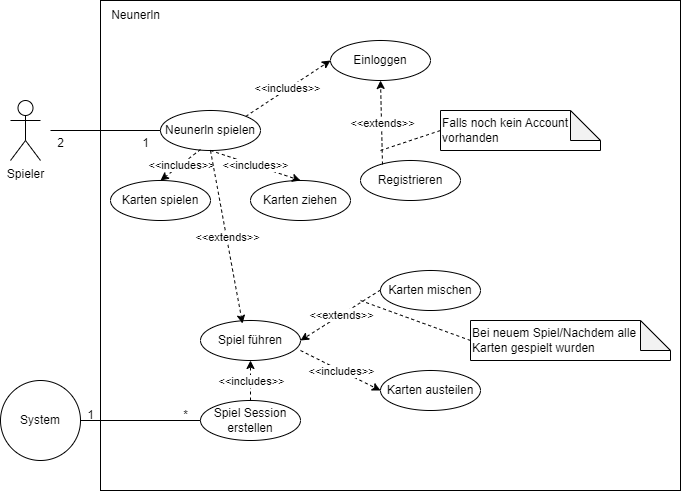
jakobuseiges/Neunerln keeps this draw.io diagram as Anwendungsfalldiagramm.png. Above is the earlier version. Source tidied: cells renumbered, new cells last; positions are measured from the earlier drawing's top-left corner, leaving out a move shared by most shapes.
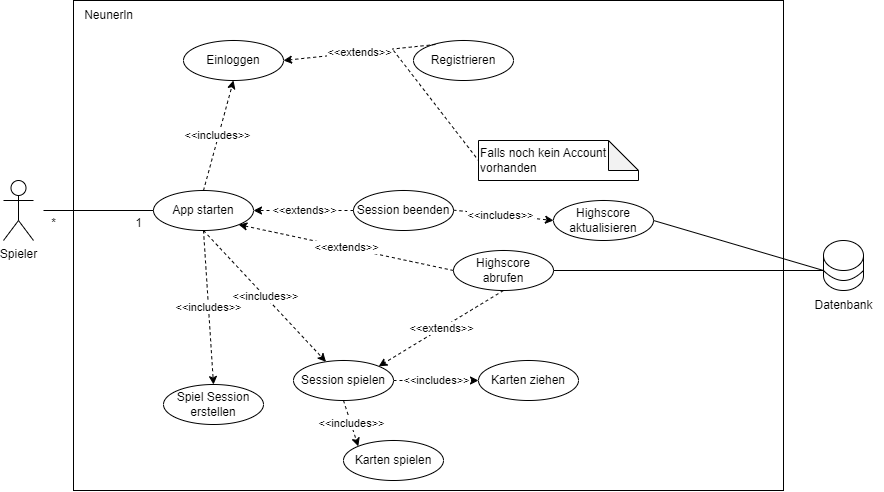
After the change.

Diff of the diagram source:
```diff
@@ -3,16 +3,16 @@
     <mxCell id="0" />
     <mxCell id="1" parent="0" />
     <mxCell id="2" style="rounded=0;whiteSpace=wrap;html=1;" parent="1" vertex="1">
-      <mxGeometry x="100" width="580" height="490" as="geometry" />
+      <mxGeometry x="80" y="-80" width="710" height="490" as="geometry" />
     </mxCell>
     <mxCell id="3" value="Spieler" style="shape=umlActor;verticalLabelPosition=bottom;verticalAlign=top;html=1;" parent="1" vertex="1">
       <mxGeometry x="10" y="100" width="30" height="60" as="geometry" />
     </mxCell>
-    <mxCell id="4" value="Neunerln spielen" style="ellipse;whiteSpace=wrap;html=1;align=center;" parent="1" vertex="1">
+    <mxCell id="4" value="App starten" style="ellipse;whiteSpace=wrap;html=1;align=center;" parent="1" vertex="1">
       <mxGeometry x="160" y="110" width="100" height="40" as="geometry" />
     </mxCell>
     <mxCell id="5" value="Einloggen" style="ellipse;whiteSpace=wrap;html=1;align=center;" parent="1" vertex="1">
-      <mxGeometry x="330" y="40" width="100" height="40" as="geometry" />
+      <mxGeometry x="190" y="-40" width="100" height="40" as="geometry" />
     </mxCell>
     <mxCell id="6" style="endArrow=none;html=1;rounded=0;entryX=0;entryY=0.5;entryDx=0;entryDy=0;" parent="1" edge="1" target="4">
       <mxGeometry relative="1" as="geometry">
@@ -20,24 +20,20 @@
       </mxGeometry>
     </mxCell>
     <mxCell id="7" value="Registrieren         " style="ellipse;whiteSpace=wrap;html=1;align=center;" parent="1" vertex="1">
-      <mxGeometry x="360" y="160" width="100" height="40" as="geometry" />
+      <mxGeometry x="420" y="-40" width="100" height="40" as="geometry" />
     </mxCell>
     <mxCell id="8" value="&lt;font style=&quot;font-size: 12px;&quot;&gt;Falls noch kein Account vorhanden&lt;/font&gt;" style="shape=note;whiteSpace=wrap;html=1;backgroundOutline=1;darkOpacity=0.05;align=left;" parent="1" vertex="1">
-      <mxGeometry x="440" y="110" width="160" height="40" as="geometry" />
+      <mxGeometry x="485" y="60" width="160" height="40" as="geometry" />
     </mxCell>
-    <mxCell id="9" style="endArrow=none;dashed=1;html=1;rounded=0;" parent="1" edge="1">
+    <mxCell id="9" style="endArrow=none;dashed=1;html=1;rounded=0;entryX=0;entryY=0.5;entryDx=0;entryDy=0;entryPerimeter=0;" parent="1" edge="1" target="8">
       <mxGeometry relative="1" as="geometry">
-        <mxPoint x="380" y="150" as="sourcePoint" />
-        <mxPoint x="440" y="130" as="targetPoint" />
+        <mxPoint x="400" y="-30" as="sourcePoint" />
       </mxGeometry>
     </mxCell>
-    <mxCell id="10" value="Karten mischen" style="ellipse;whiteSpace=wrap;html=1;align=center;" parent="1" vertex="1">
-      <mxGeometry x="380" y="270" width="100" height="40" as="geometry" />
-    </mxCell>
     <mxCell id="11" value="Neunerln" style="text;html=1;align=center;verticalAlign=middle;strokeColor=none;fillColor=none;" parent="1" vertex="1">
-      <mxGeometry x="100" width="70" height="30" as="geometry" />
+      <mxGeometry x="80" y="-80" width="70" height="30" as="geometry" />
     </mxCell>
-    <mxCell id="12" style="endArrow=classic;html=1;rounded=0;entryX=0;entryY=0.5;entryDx=0;entryDy=0;dashed=1;exitX=1;exitY=0;exitDx=0;exitDy=0;" parent="1" edge="1" source="4" target="5">
+    <mxCell id="12" style="endArrow=classic;html=1;rounded=0;entryX=0.5;entryY=1;entryDx=0;entryDy=0;dashed=1;exitX=0.5;exitY=0;exitDx=0;exitDy=0;" parent="1" edge="1" source="4" target="5">
       <mxGeometry relative="1" as="geometry" />
     </mxCell>
     <mxCell id="13" value="&amp;lt;&amp;lt;includes&amp;gt;&amp;gt;" style="edgeLabel;html=1;align=center;verticalAlign=middle;" parent="12" vertex="1">
@@ -45,102 +41,115 @@
         <mxPoint x="-1" as="offset" />
       </mxGeometry>
     </mxCell>
-    <mxCell id="14" style="endArrow=classic;html=1;rounded=0;entryX=0.5;entryY=1;entryDx=0;entryDy=0;exitX=0.22;exitY=0.1;exitDx=0;exitDy=0;exitPerimeter=0;dashed=1;" parent="1" edge="1" source="7" target="5">
+    <mxCell id="14" style="endArrow=classic;html=1;rounded=0;entryX=1;entryY=0.5;entryDx=0;entryDy=0;exitX=0.22;exitY=0.1;exitDx=0;exitDy=0;exitPerimeter=0;dashed=1;" parent="1" edge="1" source="7" target="5">
       <mxGeometry relative="1" as="geometry" />
     </mxCell>
     <mxCell id="15" value="&amp;lt;&amp;lt;extends&amp;gt;&amp;gt;" style="edgeLabel;html=1;align=center;verticalAlign=middle;" parent="14" vertex="1">
       <mxGeometry relative="1" as="geometry" />
     </mxCell>
-    <mxCell id="16" value="Karten spielen" style="ellipse;whiteSpace=wrap;html=1;align=center;" parent="1" vertex="1">
-      <mxGeometry x="110" y="180" width="100" height="40" as="geometry" />
-    </mxCell>
     <mxCell id="17" value="Karten ziehen" style="ellipse;whiteSpace=wrap;html=1;align=center;" parent="1" vertex="1">
-      <mxGeometry x="250" y="180" width="100" height="40" as="geometry" />
+      <mxGeometry x="485" y="280" width="100" height="40" as="geometry" />
     </mxCell>
-    <mxCell id="18" style="endArrow=classic;html=1;rounded=0;entryX=0.5;entryY=0;entryDx=0;entryDy=0;dashed=1;" parent="1" edge="1" target="16">
-      <mxGeometry relative="1" as="geometry">
-        <mxPoint x="200" y="149" as="sourcePoint" />
-      </mxGeometry>
-    </mxCell>
-    <mxCell id="19" value="&amp;lt;&amp;lt;includes&amp;gt;&amp;gt;" style="edgeLabel;html=1;align=center;verticalAlign=middle;" parent="18" vertex="1">
-      <mxGeometry relative="1" as="geometry" />
-    </mxCell>
-    <mxCell id="20" style="endArrow=classic;html=1;rounded=0;entryX=0.5;entryY=0;entryDx=0;entryDy=0;dashed=1;" parent="1" edge="1" target="17">
-      <mxGeometry relative="1" as="geometry">
-        <mxPoint x="210" y="150" as="sourcePoint" />
-      </mxGeometry>
+    <mxCell id="20" style="endArrow=classic;html=1;rounded=0;dashed=1;exitX=1;exitY=0.5;exitDx=0;exitDy=0;entryX=0;entryY=0.5;entryDx=0;entryDy=0;" parent="1" edge="1" source="41" target="17">
+      <mxGeometry relative="1" as="geometry" />
     </mxCell>
     <mxCell id="21" value="&amp;lt;&amp;lt;includes&amp;gt;&amp;gt;" style="edgeLabel;html=1;align=center;verticalAlign=middle;" parent="20" vertex="1">
       <mxGeometry relative="1" as="geometry" />
     </mxCell>
-    <mxCell id="22" value="System" style="ellipse;whiteSpace=wrap;html=1;" parent="1" vertex="1">
-      <mxGeometry y="380" width="80" height="80" as="geometry" />
-    </mxCell>
-    <mxCell id="23" style="endArrow=none;html=1;rounded=0;entryX=0;entryY=0.5;entryDx=0;entryDy=0;" parent="1" edge="1">
-      <mxGeometry relative="1" as="geometry">
-        <mxPoint x="80" y="420" as="sourcePoint" />
-        <mxPoint x="210" y="420" as="targetPoint" />
-      </mxGeometry>
-    </mxCell>
-    <mxCell id="24" value="Karten austeilen" style="ellipse;whiteSpace=wrap;html=1;align=center;" parent="1" vertex="1">
-      <mxGeometry x="380" y="370" width="100" height="40" as="geometry" />
-    </mxCell>
-    <mxCell id="25" value="2" style="text;html=1;align=center;verticalAlign=middle;strokeColor=none;fillColor=none;" parent="1" vertex="1">
+    <mxCell id="25" value="*" style="text;html=1;align=center;verticalAlign=middle;strokeColor=none;fillColor=none;" parent="1" vertex="1">
       <mxGeometry x="45" y="128" width="30" height="30" as="geometry" />
     </mxCell>
     <mxCell id="26" value="1" style="text;html=1;align=center;verticalAlign=middle;strokeColor=none;fillColor=none;" parent="1" vertex="1">
       <mxGeometry x="130" y="128" width="30" height="30" as="geometry" />
     </mxCell>
-    <mxCell id="27" value="1" style="text;html=1;align=center;verticalAlign=middle;strokeColor=none;fillColor=none;" parent="1" vertex="1">
-      <mxGeometry x="75" y="400" width="30" height="30" as="geometry" />
-    </mxCell>
-    <mxCell id="28" value="*" style="text;html=1;align=center;verticalAlign=middle;strokeColor=none;fillColor=none;" parent="1" vertex="1">
-      <mxGeometry x="170" y="400" width="30" height="30" as="geometry" />
-    </mxCell>
-    <mxCell id="29" value="Spiel führen" style="ellipse;whiteSpace=wrap;html=1;align=center;" parent="1" vertex="1">
-      <mxGeometry x="200" y="320" width="100" height="40" as="geometry" />
-    </mxCell>
     <mxCell id="30" value="Spiel Session erstellen" style="ellipse;whiteSpace=wrap;html=1;align=center;" parent="1" vertex="1">
-      <mxGeometry x="200" y="400" width="100" height="40" as="geometry" />
+      <mxGeometry x="170" y="304" width="100" height="40" as="geometry" />
     </mxCell>
-    <mxCell id="31" style="endArrow=classic;html=1;rounded=0;exitX=0.5;exitY=0;exitDx=0;exitDy=0;entryX=0.5;entryY=1;entryDx=0;entryDy=0;dashed=1;" parent="1" edge="1" source="30" target="29">
-      <mxGeometry relative="1" as="geometry" />
-    </mxCell>
-    <mxCell id="32" value="&amp;lt;&amp;lt;includes&amp;gt;&amp;gt;" style="edgeLabel;html=1;align=center;verticalAlign=middle;" parent="31" vertex="1">
-      <mxGeometry relative="1" as="geometry" />
-    </mxCell>
-    <mxCell id="33" style="endArrow=classic;html=1;rounded=0;entryX=0;entryY=0.5;entryDx=0;entryDy=0;dashed=1;" parent="1" edge="1" target="24">
-      <mxGeometry relative="1" as="geometry">
-        <mxPoint x="300" y="350" as="sourcePoint" />
-      </mxGeometry>
-    </mxCell>
-    <mxCell id="34" value="&amp;lt;&amp;lt;includes&amp;gt;&amp;gt;" style="edgeLabel;html=1;align=center;verticalAlign=middle;" parent="33" vertex="1">
-      <mxGeometry relative="1" as="geometry" />
-    </mxCell>
-    <mxCell id="35" style="endArrow=classic;html=1;rounded=0;entryX=1;entryY=0.5;entryDx=0;entryDy=0;dashed=1;" parent="1" edge="1" target="29">
-      <mxGeometry relative="1" as="geometry">
-        <mxPoint x="380" y="289.5" as="sourcePoint" />
-      </mxGeometry>
-    </mxCell>
-    <mxCell id="36" value="&amp;lt;&amp;lt;extends&amp;gt;&amp;gt;" style="edgeLabel;html=1;align=center;verticalAlign=middle;" parent="35" vertex="1">
-      <mxGeometry relative="1" as="geometry" />
-    </mxCell>
-    <mxCell id="37" value="Bei neuem Spiel/Nachdem alle Karten gespielt wurden" style="shape=note;whiteSpace=wrap;html=1;backgroundOutline=1;darkOpacity=0.05;align=left;" parent="1" vertex="1">
-      <mxGeometry x="470" y="320" width="200" height="40" as="geometry" />
-    </mxCell>
-    <mxCell id="38" style="endArrow=none;dashed=1;html=1;rounded=0;" parent="1" edge="1">
-      <mxGeometry relative="1" as="geometry">
-        <mxPoint x="470" y="340" as="sourcePoint" />
-        <mxPoint x="360" y="300" as="targetPoint" />
-      </mxGeometry>
-    </mxCell>
-    <mxCell id="39" style="endArrow=classic;html=1;rounded=0;entryX=0.42;entryY=0.075;entryDx=0;entryDy=0;entryPerimeter=0;dashed=1;" parent="1" edge="1" target="29">
+    <mxCell id="39" style="endArrow=classic;html=1;rounded=0;entryX=0.5;entryY=0;entryDx=0;entryDy=0;dashed=1;" parent="1" edge="1" target="30">
       <mxGeometry relative="1" as="geometry">
         <mxPoint x="210" y="150" as="sourcePoint" />
       </mxGeometry>
     </mxCell>
-    <mxCell id="40" value="&amp;lt;&amp;lt;extends&amp;gt;&amp;gt;" style="edgeLabel;html=1;align=center;verticalAlign=middle;" parent="39" vertex="1">
+    <mxCell id="40" value="&amp;lt;&amp;lt;includes&amp;gt;&amp;gt;" style="edgeLabel;html=1;align=center;verticalAlign=middle;" parent="39" vertex="1">
       <mxGeometry relative="1" as="geometry" />
     </mxCell>
+    <mxCell id="41" value="Session spielen" style="ellipse;whiteSpace=wrap;html=1;align=center;" parent="1" vertex="1">
+      <mxGeometry x="300" y="280" width="100" height="40" as="geometry" />
+    </mxCell>
+    <mxCell id="42" style="endArrow=classic;html=1;rounded=0;dashed=1;exitX=0.5;exitY=1;exitDx=0;exitDy=0;" parent="1" edge="1" source="4" target="41">
+      <mxGeometry relative="1" as="geometry" />
+    </mxCell>
+    <mxCell id="43" value="&amp;lt;&amp;lt;includes&amp;gt;&amp;gt;" style="edgeLabel;html=1;align=center;verticalAlign=middle;" parent="42" vertex="1">
+      <mxGeometry relative="1" as="geometry" />
+    </mxCell>
+    <mxCell id="16" value="Karten spielen" style="ellipse;whiteSpace=wrap;html=1;align=center;" parent="1" vertex="1">
+      <mxGeometry x="350" y="360" width="100" height="40" as="geometry" />
+    </mxCell>
+    <mxCell id="44" style="endArrow=classic;html=1;rounded=0;entryX=0;entryY=0;entryDx=0;entryDy=0;dashed=1;exitX=0.5;exitY=1;exitDx=0;exitDy=0;" parent="1" edge="1" source="41" target="16">
+      <mxGeometry relative="1" as="geometry" />
+    </mxCell>
+    <mxCell id="45" value="&amp;lt;&amp;lt;includes&amp;gt;&amp;gt;" style="edgeLabel;html=1;align=center;verticalAlign=middle;" parent="44" vertex="1">
+      <mxGeometry relative="1" as="geometry" />
+    </mxCell>
+    <mxCell id="46" value="Highscore abrufen" style="ellipse;whiteSpace=wrap;html=1;align=center;" parent="1" vertex="1">
+      <mxGeometry x="460" y="170" width="100" height="40" as="geometry" />
+    </mxCell>
+    <mxCell id="47" style="endArrow=classic;html=1;rounded=0;dashed=1;exitX=0;exitY=0.5;exitDx=0;exitDy=0;entryX=1;entryY=1;entryDx=0;entryDy=0;" parent="1" edge="1" source="46" target="4">
+      <mxGeometry relative="1" as="geometry" />
+    </mxCell>
+    <mxCell id="48" value="&amp;lt;&amp;lt;extends&amp;gt;&amp;gt;" style="edgeLabel;html=1;align=center;verticalAlign=middle;" parent="47" vertex="1">
+      <mxGeometry relative="1" as="geometry" />
+    </mxCell>
+    <mxCell id="49" style="endArrow=classic;html=1;rounded=0;dashed=1;exitX=0.5;exitY=1;exitDx=0;exitDy=0;entryX=1;entryY=0;entryDx=0;entryDy=0;" parent="1" edge="1" source="46" target="41">
+      <mxGeometry relative="1" as="geometry" />
+    </mxCell>
+    <mxCell id="50" value="&amp;lt;&amp;lt;extends&amp;gt;&amp;gt;" style="edgeLabel;html=1;align=center;verticalAlign=middle;" parent="49" vertex="1">
+      <mxGeometry relative="1" as="geometry" />
+    </mxCell>
+    <mxCell id="51" style="shape=cylinder3;whiteSpace=wrap;html=1;boundedLbl=1;backgroundOutline=1;size=15;" parent="1" vertex="1">
+      <mxGeometry x="830" y="160" width="40" height="50" as="geometry" />
+    </mxCell>
+    <mxCell id="52" style="endArrow=none;html=1;entryX=1;entryY=0;entryDx=0;entryDy=30;entryPerimeter=0;curved=1;" parent="1" edge="1" target="51">
+      <mxGeometry relative="1" as="geometry">
+        <mxPoint x="830" y="190" as="sourcePoint" />
+        <Array as="points">
+          <mxPoint x="850" y="210" />
+        </Array>
+      </mxGeometry>
+    </mxCell>
+    <mxCell id="53" style="endArrow=none;html=1;rounded=0;" parent="1" edge="1">
+      <mxGeometry relative="1" as="geometry">
+        <mxPoint x="560" y="190" as="sourcePoint" />
+        <mxPoint x="830" y="190" as="targetPoint" />
+      </mxGeometry>
+    </mxCell>
+    <mxCell id="54" value="Session beenden" style="ellipse;whiteSpace=wrap;html=1;align=center;" parent="1" vertex="1">
+      <mxGeometry x="360" y="110" width="100" height="40" as="geometry" />
+    </mxCell>
+    <mxCell id="55" style="endArrow=classic;html=1;rounded=0;dashed=1;exitX=0;exitY=0.5;exitDx=0;exitDy=0;entryX=1;entryY=0.5;entryDx=0;entryDy=0;" parent="1" edge="1" source="54" target="4">
+      <mxGeometry relative="1" as="geometry" />
+    </mxCell>
+    <mxCell id="56" value="&amp;lt;&amp;lt;extends&amp;gt;&amp;gt;" style="edgeLabel;html=1;align=center;verticalAlign=middle;" parent="55" vertex="1">
+      <mxGeometry relative="1" as="geometry" />
+    </mxCell>
+    <mxCell id="57" value="Highscore aktualisieren" style="ellipse;whiteSpace=wrap;html=1;align=center;" parent="1" vertex="1">
+      <mxGeometry x="560" y="120" width="100" height="40" as="geometry" />
+    </mxCell>
+    <mxCell id="58" style="endArrow=none;html=1;rounded=0;entryX=0;entryY=0;entryDx=0;entryDy=30;entryPerimeter=0;exitX=1;exitY=0.5;exitDx=0;exitDy=0;" parent="1" edge="1" source="57" target="51">
+      <mxGeometry relative="1" as="geometry" />
+    </mxCell>
+    <mxCell id="59" style="endArrow=classic;html=1;rounded=0;dashed=1;exitX=1;exitY=0.5;exitDx=0;exitDy=0;entryX=0;entryY=0.5;entryDx=0;entryDy=0;" parent="1" edge="1" target="57">
+      <mxGeometry relative="1" as="geometry">
+        <mxPoint x="460" y="129.7" as="sourcePoint" />
+      </mxGeometry>
+    </mxCell>
+    <mxCell id="60" value="&amp;lt;&amp;lt;includes&amp;gt;&amp;gt;" style="edgeLabel;html=1;align=center;verticalAlign=middle;" parent="59" vertex="1">
+      <mxGeometry relative="1" as="geometry">
+        <mxPoint x="-3" as="offset" />
+      </mxGeometry>
+    </mxCell>
+    <mxCell id="61" value="Datenbank" style="text;html=1;align=center;verticalAlign=middle;strokeColor=none;fillColor=none;" parent="1" vertex="1">
+      <mxGeometry x="810" y="210" width="80" height="30" as="geometry" />
+    </mxCell>
   </root>
 </mxGraphModel>
```
